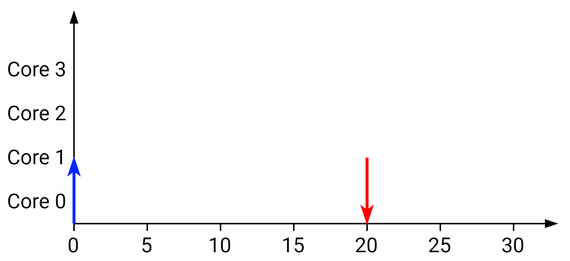
jmigual/APATeoria keeps this draw.io diagram as Notes/TFM_presentations/midterm/figures/drawings/scheduler_jlfp_system.png. Above is the earlier version. Source tidied: cells renumbered, new cells last; positions are measured from the earlier drawing's top-left corner, leaving out a move shared by most shapes. The source it was exported from:
```xml
<mxGraphModel math="1">
  <root>
    <mxCell id="0" />
    <mxCell id="1" parent="0" />
    <mxCell id="2" style="endArrow=blockThin;html=1;strokeColor=#000000;endFill=1;exitX=0.5;exitY=0;exitDx=0;exitDy=0;fontFamily=Roboto;FType=g;" parent="1" edge="1">
      <mxGeometry relative="1" as="geometry">
        <mxPoint x="50" y="150" as="sourcePoint" />
        <mxPoint x="50" as="targetPoint" />
      </mxGeometry>
    </mxCell>
    <mxCell id="3" value="&lt;div style=&quot;font-size: 14px;&quot;&gt;0&lt;/div&gt;" style="text;html=1;strokeColor=none;fillColor=none;align=center;verticalAlign=middle;whiteSpace=wrap;rounded=0;fontSize=14;fontFamily=Roboto;FType=g;" parent="1" vertex="1">
      <mxGeometry x="40" y="150" width="20" height="20" as="geometry" />
    </mxCell>
    <mxCell id="4" value="5" style="text;html=1;strokeColor=none;fillColor=none;align=center;verticalAlign=middle;whiteSpace=wrap;rounded=0;fontSize=14;fontFamily=Roboto;FType=g;" parent="1" vertex="1">
      <mxGeometry x="90" y="150" width="20" height="20" as="geometry" />
    </mxCell>
    <mxCell id="5" value="10" style="text;html=1;strokeColor=none;fillColor=none;align=center;verticalAlign=middle;whiteSpace=wrap;rounded=0;fontSize=14;fontFamily=Roboto;FType=g;" parent="1" vertex="1">
      <mxGeometry x="140" y="150" width="20" height="20" as="geometry" />
    </mxCell>
    <mxCell id="6" value="15" style="text;html=1;strokeColor=none;fillColor=none;align=center;verticalAlign=middle;whiteSpace=wrap;rounded=0;fontSize=14;fontFamily=Roboto;FType=g;" parent="1" vertex="1">
      <mxGeometry x="190" y="150" width="20" height="20" as="geometry" />
    </mxCell>
    <mxCell id="7" value="20" style="text;html=1;strokeColor=none;fillColor=none;align=center;verticalAlign=middle;whiteSpace=wrap;rounded=0;fontSize=14;fontFamily=Roboto;FType=g;" parent="1" vertex="1">
      <mxGeometry x="240" y="150" width="20" height="20" as="geometry" />
    </mxCell>
    <mxCell id="8" value="Core 0" style="text;html=1;strokeColor=none;fillColor=none;align=center;verticalAlign=middle;whiteSpace=wrap;rounded=0;fontSize=14;fontColor=#000000;fontFamily=Roboto;FType=g;" parent="1" vertex="1">
      <mxGeometry y="120" width="50" height="20" as="geometry" />
    </mxCell>
    <mxCell id="9" value="Core 1" style="text;html=1;strokeColor=none;fillColor=none;align=center;verticalAlign=middle;whiteSpace=wrap;rounded=0;fontSize=14;fontColor=#000000;fontFamily=Roboto;FType=g;" parent="1" vertex="1">
      <mxGeometry y="90" width="50" height="20" as="geometry" />
    </mxCell>
    <mxCell id="10" style="endArrow=none;html=1;fontFamily=Roboto;FType=g;" parent="1" edge="1" source="11">
      <mxGeometry relative="1" as="geometry">
        <mxPoint x="300" y="145" as="targetPoint" />
      </mxGeometry>
    </mxCell>
    <mxCell id="11" value="25" style="text;html=1;strokeColor=none;fillColor=none;align=center;verticalAlign=middle;whiteSpace=wrap;rounded=0;fontSize=14;fontFamily=Roboto;FType=g;" parent="1" vertex="1">
      <mxGeometry x="290" y="150" width="20" height="20" as="geometry" />
    </mxCell>
    <mxCell id="12" style="endArrow=none;html=1;exitX=0.5;exitY=0;exitDx=0;exitDy=0;fontFamily=Roboto;FType=g;" parent="1" edge="1" source="11">
      <mxGeometry relative="1" as="geometry">
        <mxPoint x="300" y="145" as="targetPoint" />
      </mxGeometry>
    </mxCell>
    <mxCell id="13" style="endArrow=none;html=1;exitX=0.5;exitY=0;exitDx=0;exitDy=0;fontFamily=Roboto;FType=g;" parent="1" edge="1" source="7">
      <mxGeometry relative="1" as="geometry">
        <mxPoint x="250" y="145" as="targetPoint" />
      </mxGeometry>
    </mxCell>
    <mxCell id="14" style="endArrow=none;html=1;exitX=0.5;exitY=0;exitDx=0;exitDy=0;fontFamily=Roboto;FType=g;" parent="1" edge="1" source="6">
      <mxGeometry relative="1" as="geometry">
        <mxPoint x="200" y="145" as="targetPoint" />
      </mxGeometry>
    </mxCell>
    <mxCell id="15" style="endArrow=none;html=1;exitX=0.5;exitY=0;exitDx=0;exitDy=0;fontFamily=Roboto;FType=g;" parent="1" edge="1" source="5">
      <mxGeometry relative="1" as="geometry">
        <mxPoint x="150" y="145" as="targetPoint" />
      </mxGeometry>
    </mxCell>
    <mxCell id="16" style="endArrow=none;html=1;exitX=0.5;exitY=0;exitDx=0;exitDy=0;fontFamily=Roboto;FType=g;" parent="1" edge="1" source="4">
      <mxGeometry relative="1" as="geometry">
        <mxPoint x="100" y="145" as="targetPoint" />
      </mxGeometry>
    </mxCell>
    <mxCell id="17" style="endArrow=none;html=1;fontFamily=Roboto;FType=g;" parent="1" edge="1" source="18">
      <mxGeometry relative="1" as="geometry">
        <mxPoint x="350" y="145" as="targetPoint" />
      </mxGeometry>
    </mxCell>
    <mxCell id="18" value="30" style="text;html=1;strokeColor=none;fillColor=none;align=center;verticalAlign=middle;whiteSpace=wrap;rounded=0;fontSize=14;fontFamily=Roboto;FType=g;" parent="1" vertex="1">
      <mxGeometry x="340" y="150" width="20" height="20" as="geometry" />
    </mxCell>
    <mxCell id="19" value="Core 2" style="text;html=1;strokeColor=none;fillColor=none;align=center;verticalAlign=middle;whiteSpace=wrap;rounded=0;fontSize=14;fontColor=#000000;fontFamily=Roboto;FType=g;" parent="1" vertex="1">
      <mxGeometry y="60" width="50" height="20" as="geometry" />
    </mxCell>
    <mxCell id="20" style="endArrow=blockThin;html=1;endFill=1;fontFamily=Roboto;FType=g;" parent="1" edge="1">
      <mxGeometry relative="1" as="geometry">
        <mxPoint x="50" y="145" as="sourcePoint" />
        <mxPoint x="380" y="145" as="targetPoint" />
      </mxGeometry>
    </mxCell>
    <mxCell id="21" style="endArrow=classicThin;html=1;strokeColor=#0027FF;fillColor=#0050ef;endFill=1;strokeWidth=2;fontFamily=Roboto;FType=g;" parent="1" edge="1">
      <mxGeometry relative="1" as="geometry">
        <mxPoint x="50" y="145" as="sourcePoint" />
        <mxPoint x="50" y="100" as="targetPoint" />
      </mxGeometry>
    </mxCell>
    <mxCell id="22" value="Core 3" style="text;html=1;strokeColor=none;fillColor=none;align=center;verticalAlign=middle;whiteSpace=wrap;rounded=0;fontSize=14;fontColor=#000000;fontFamily=Roboto;FType=g;" parent="1" vertex="1">
      <mxGeometry y="30" width="50" height="20" as="geometry" />
    </mxCell>
    <mxCell id="23" style="endArrow=none;html=1;strokeColor=#FF0000;fillColor=#0050ef;endFill=0;strokeWidth=2;startArrow=classicThin;startFill=1;fontFamily=Roboto;FType=g;" parent="1" edge="1">
      <mxGeometry relative="1" as="geometry">
        <mxPoint x="250" y="145" as="sourcePoint" />
        <mxPoint x="250" y="100" as="targetPoint" />
      </mxGeometry>
    </mxCell>
  </root>
</mxGraphModel>
```
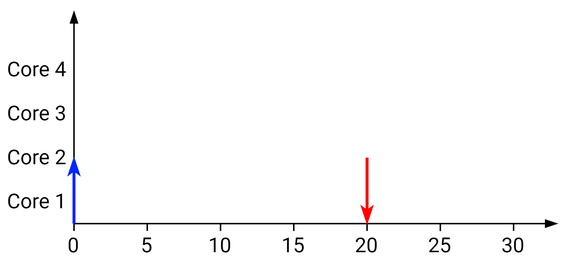
After the change.

Change to the diagram source:
```diff
@@ -23,10 +23,10 @@
     <mxCell id="7" value="20" style="text;html=1;strokeColor=none;fillColor=none;align=center;verticalAlign=middle;whiteSpace=wrap;rounded=0;fontSize=14;fontFamily=Roboto;FType=g;" parent="1" vertex="1">
       <mxGeometry x="240" y="150" width="20" height="20" as="geometry" />
     </mxCell>
-    <mxCell id="8" value="Core 0" style="text;html=1;strokeColor=none;fillColor=none;align=center;verticalAlign=middle;whiteSpace=wrap;rounded=0;fontSize=14;fontColor=#000000;fontFamily=Roboto;FType=g;" parent="1" vertex="1">
+    <mxCell id="8" value="Core 1" style="text;html=1;strokeColor=none;fillColor=none;align=center;verticalAlign=middle;whiteSpace=wrap;rounded=0;fontSize=14;fontColor=#000000;fontFamily=Roboto;FType=g;" parent="1" vertex="1">
       <mxGeometry y="120" width="50" height="20" as="geometry" />
     </mxCell>
-    <mxCell id="9" value="Core 1" style="text;html=1;strokeColor=none;fillColor=none;align=center;verticalAlign=middle;whiteSpace=wrap;rounded=0;fontSize=14;fontColor=#000000;fontFamily=Roboto;FType=g;" parent="1" vertex="1">
+    <mxCell id="9" value="Core 2" style="text;html=1;strokeColor=none;fillColor=none;align=center;verticalAlign=middle;whiteSpace=wrap;rounded=0;fontSize=14;fontColor=#000000;fontFamily=Roboto;FType=g;" parent="1" vertex="1">
       <mxGeometry y="90" width="50" height="20" as="geometry" />
     </mxCell>
     <mxCell id="10" style="endArrow=none;html=1;fontFamily=Roboto;FType=g;" parent="1" edge="1" source="11">
@@ -70,7 +70,7 @@
     <mxCell id="18" value="30" style="text;html=1;strokeColor=none;fillColor=none;align=center;verticalAlign=middle;whiteSpace=wrap;rounded=0;fontSize=14;fontFamily=Roboto;FType=g;" parent="1" vertex="1">
       <mxGeometry x="340" y="150" width="20" height="20" as="geometry" />
     </mxCell>
-    <mxCell id="19" value="Core 2" style="text;html=1;strokeColor=none;fillColor=none;align=center;verticalAlign=middle;whiteSpace=wrap;rounded=0;fontSize=14;fontColor=#000000;fontFamily=Roboto;FType=g;" parent="1" vertex="1">
+    <mxCell id="19" value="Core 3" style="text;html=1;strokeColor=none;fillColor=none;align=center;verticalAlign=middle;whiteSpace=wrap;rounded=0;fontSize=14;fontColor=#000000;fontFamily=Roboto;FType=g;" parent="1" vertex="1">
       <mxGeometry y="60" width="50" height="20" as="geometry" />
     </mxCell>
     <mxCell id="20" style="endArrow=blockThin;html=1;endFill=1;fontFamily=Roboto;FType=g;" parent="1" edge="1">
@@ -85,7 +85,7 @@
         <mxPoint x="50" y="100" as="targetPoint" />
       </mxGeometry>
     </mxCell>
-    <mxCell id="22" value="Core 3" style="text;html=1;strokeColor=none;fillColor=none;align=center;verticalAlign=middle;whiteSpace=wrap;rounded=0;fontSize=14;fontColor=#000000;fontFamily=Roboto;FType=g;" parent="1" vertex="1">
+    <mxCell id="22" value="Core 4" style="text;html=1;strokeColor=none;fillColor=none;align=center;verticalAlign=middle;whiteSpace=wrap;rounded=0;fontSize=14;fontColor=#000000;fontFamily=Roboto;FType=g;" parent="1" vertex="1">
       <mxGeometry y="30" width="50" height="20" as="geometry" />
     </mxCell>
     <mxCell id="23" style="endArrow=none;html=1;strokeColor=#FF0000;fillColor=#0050ef;endFill=0;strokeWidth=2;startArrow=classicThin;startFill=1;fontFamily=Roboto;FType=g;" parent="1" edge="1">
```
